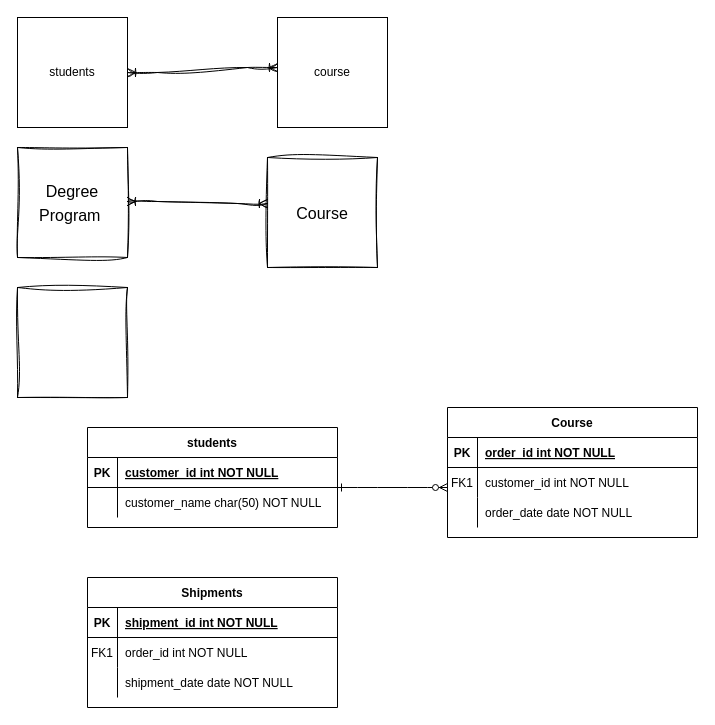
The draw.io diagram Untitled Diagram.drawio in wli1992/CIDM-6325-Django, before the edit. Source tidied: cells renumbered, new cells numbered last; positions are measured from the earlier drawing's top-left corner, leaving out a move shared by most shapes. Both pictures are drawn from the tidied source at 100%, with x=0, y=0 at pixel (17, 17).
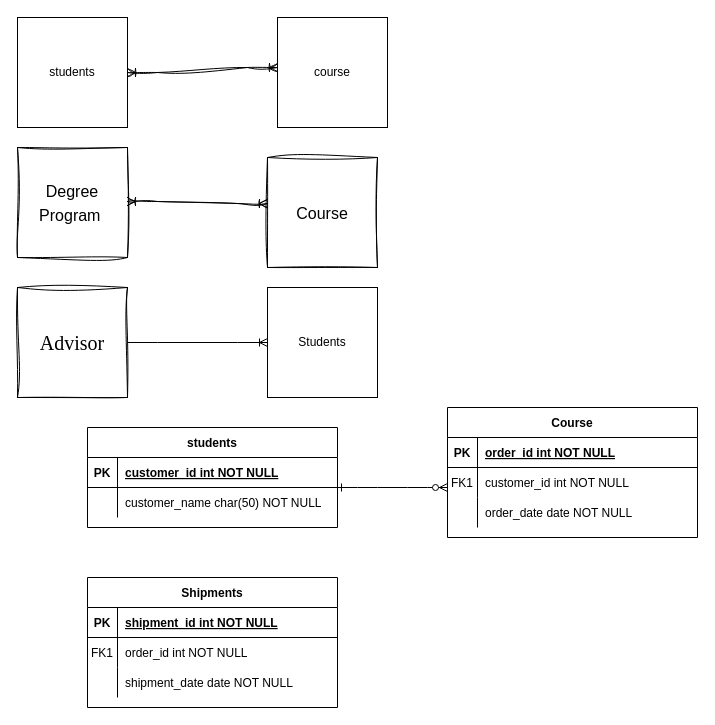
The same diagram, later.

Commit message:
Advising Services Degree Checklist

The edit, as a diff of the source:
```diff
@@
-    <mxCell id="36" style="whiteSpace=wrap;html=1;sketch=1;hachureGap=4;jiggle=2;curveFitting=1;fontFamily=Architects Daughter;fontSize=20;" parent="1" vertex="1">
+    <mxCell id="36" value="Advisor" style="whiteSpace=wrap;html=1;sketch=1;hachureGap=4;jiggle=2;curveFitting=1;fontFamily=Times New Roman;fontSize=20;" parent="1" vertex="1">
       <mxGeometry y="270" width="110" height="110" as="geometry" />
     </mxCell>
+    <mxCell id="37" value="Students" style="whiteSpace=wrap;html=1;" parent="1" vertex="1">
+      <mxGeometry x="250" y="270" width="110" height="110" as="geometry" />
+    </mxCell>
+    <mxCell id="38" style="edgeStyle=entityRelationEdgeStyle;fontSize=12;html=1;endArrow=ERoneToMany;rounded=0;entryX=0;entryY=0.5;entryDx=0;entryDy=0;exitX=1;exitY=0.5;exitDx=0;exitDy=0;" parent="1" edge="1" source="36" target="37">
+      <mxGeometry relative="1" as="geometry">
+        <Array as="points">
+          <mxPoint x="220" y="310" />
+        </Array>
+      </mxGeometry>
+    </mxCell>
```
